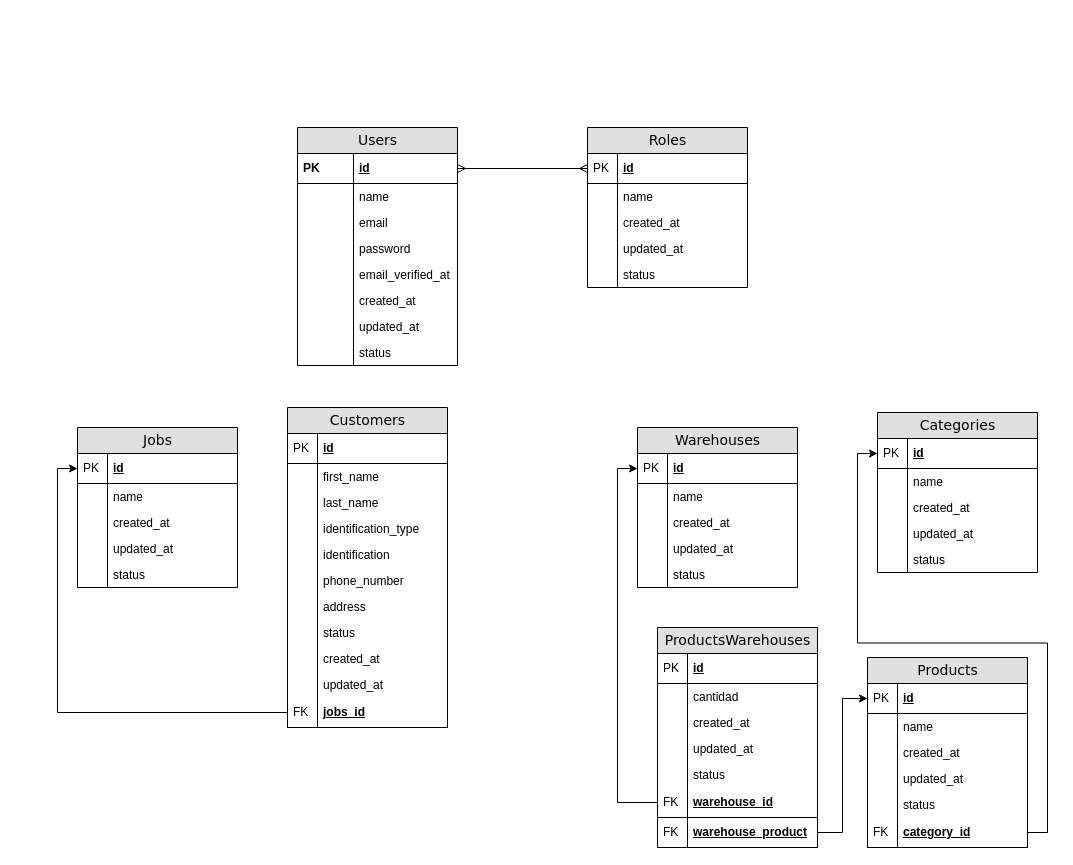
Before: doc/diagrams/relational-diagram.drawio in Santym8/clean-lg, a draw.io diagram. Source tidied: cells renumbered, new cells numbered last; positions are measured from the earlier drawing's top-left corner, leaving out a move shared by most shapes. Both pictures are drawn from the tidied source at 100%, with x=0, y=0 at pixel (77, 127).
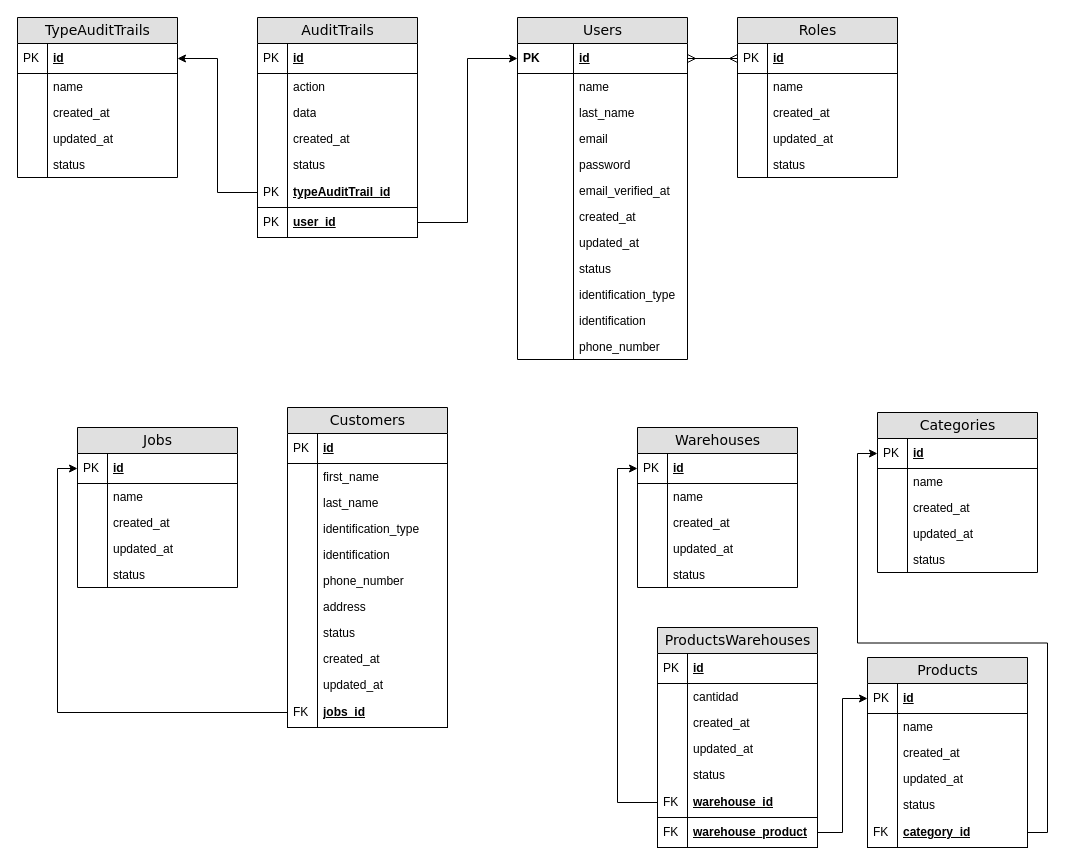
After the change.

Unchanged cells that the change refers to:
```xml
<mxCell id="20" value="id" style="shape=partialRectangle;top=0;left=0;right=0;bottom=1;html=1;align=left;verticalAlign=middle;fillColor=none;spacingLeft=34;spacingRight=4;whiteSpace=wrap;overflow=hidden;points=[[0,0.5],[1,0.5]];portConstraint=eastwest;fontStyle=5;" parent="19" vertex="1">
  <mxGeometry y="26" width="160" height="30" as="geometry" />
</mxCell>
```

The edit, as a diff of the source:
```diff
@@
     <mxCell id="2" value="Users" style="swimlane;html=1;fontStyle=0;horizontal=1;startSize=26;fillColor=#e0e0e0;swimlaneFillColor=#ffffff;align=center;rounded=0;shadow=0;comic=0;labelBackgroundColor=none;strokeWidth=1;fontFamily=Verdana;fontSize=14;" parent="1" vertex="1">
-      <mxGeometry x="220" width="160" height="238" as="geometry" />
+      <mxGeometry x="440" y="-110" width="170" height="342" as="geometry" />
     </mxCell>
     <mxCell id="3" value="id" style="shape=partialRectangle;top=0;left=0;right=0;bottom=1;html=1;align=left;verticalAlign=middle;fillColor=none;spacingLeft=60;spacingRight=4;whiteSpace=wrap;overflow=hidden;points=[[0,0.5],[1,0.5]];portConstraint=eastwest;fontStyle=5;" parent="2" vertex="1">
-      <mxGeometry y="26" width="160" height="30" as="geometry" />
+      <mxGeometry y="26" width="170" height="30" as="geometry" />
     </mxCell>
@@
     <mxCell id="5" value="name" style="shape=partialRectangle;top=0;left=0;right=0;bottom=0;html=1;align=left;verticalAlign=top;fillColor=none;spacingLeft=60;spacingRight=4;whiteSpace=wrap;overflow=hidden;" parent="2" vertex="1">
-      <mxGeometry y="56" width="160" height="26" as="geometry" />
+      <mxGeometry y="56" width="170" height="26" as="geometry" />
     </mxCell>
@@
+    <mxCell id="119" value="last_name" style="shape=partialRectangle;top=0;left=0;right=0;bottom=0;html=1;align=left;verticalAlign=top;fillColor=none;spacingLeft=60;spacingRight=4;whiteSpace=wrap;overflow=hidden;" parent="2" vertex="1">
+      <mxGeometry y="82" width="170" height="26" as="geometry" />
+    </mxCell>
+    <mxCell id="120" style="shape=partialRectangle;top=0;left=0;bottom=0;html=1;fillColor=none;align=left;verticalAlign=top;spacingLeft=4;spacingRight=4;whiteSpace=wrap;overflow=hidden;" parent="119" vertex="1">
+      <mxGeometry width="56" height="26" as="geometry" />
+    </mxCell>
     <mxCell id="7" value="email" style="shape=partialRectangle;top=0;left=0;right=0;bottom=0;html=1;align=left;verticalAlign=top;fillColor=none;spacingLeft=60;spacingRight=4;whiteSpace=wrap;overflow=hidden;" parent="2" vertex="1">
-      <mxGeometry y="82" width="160" height="26" as="geometry" />
+      <mxGeometry y="108" width="170" height="26" as="geometry" />
     </mxCell>
@@
     <mxCell id="9" value="password" style="shape=partialRectangle;top=0;left=0;right=0;bottom=0;html=1;align=left;verticalAlign=top;fillColor=none;spacingLeft=60;spacingRight=4;whiteSpace=wrap;overflow=hidden;" parent="2" vertex="1">
-      <mxGeometry y="108" width="160" height="26" as="geometry" />
+      <mxGeometry y="134" width="170" height="26" as="geometry" />
     </mxCell>
@@
     <mxCell id="11" value="email_verified_at" style="shape=partialRectangle;top=0;left=0;right=0;bottom=0;html=1;align=left;verticalAlign=top;fillColor=none;spacingLeft=60;spacingRight=4;whiteSpace=wrap;overflow=hidden;" parent="2" vertex="1">
-      <mxGeometry y="134" width="160" height="26" as="geometry" />
+      <mxGeometry y="160" width="170" height="26" as="geometry" />
     </mxCell>
@@
     <mxCell id="13" value="created_at" style="shape=partialRectangle;top=0;left=0;right=0;bottom=0;html=1;align=left;verticalAlign=top;fillColor=none;spacingLeft=60;spacingRight=4;whiteSpace=wrap;overflow=hidden;" parent="2" vertex="1">
-      <mxGeometry y="160" width="160" height="26" as="geometry" />
+      <mxGeometry y="186" width="170" height="26" as="geometry" />
     </mxCell>
@@
     <mxCell id="15" value="updated_at" style="shape=partialRectangle;top=0;left=0;right=0;bottom=0;html=1;align=left;verticalAlign=top;fillColor=none;spacingLeft=60;spacingRight=4;whiteSpace=wrap;overflow=hidden;" parent="2" vertex="1">
-      <mxGeometry y="186" width="160" height="26" as="geometry" />
+      <mxGeometry y="212" width="170" height="26" as="geometry" />
     </mxCell>
@@
     <mxCell id="17" value="status" style="shape=partialRectangle;top=0;left=0;right=0;bottom=0;html=1;align=left;verticalAlign=top;fillColor=none;spacingLeft=60;spacingRight=4;whiteSpace=wrap;overflow=hidden;" parent="2" vertex="1">
-      <mxGeometry y="212" width="160" height="26" as="geometry" />
+      <mxGeometry y="238" width="170" height="26" as="geometry" />
     </mxCell>
@@
+    <mxCell id="121" value="identification_type" style="shape=partialRectangle;top=0;left=0;right=0;bottom=0;html=1;align=left;verticalAlign=top;fillColor=none;spacingLeft=60;spacingRight=4;whiteSpace=wrap;overflow=hidden;" parent="2" vertex="1">
+      <mxGeometry y="264" width="170" height="26" as="geometry" />
+    </mxCell>
+    <mxCell id="122" style="shape=partialRectangle;top=0;left=0;bottom=0;html=1;fillColor=none;align=left;verticalAlign=top;spacingLeft=4;spacingRight=4;whiteSpace=wrap;overflow=hidden;" parent="121" vertex="1">
+      <mxGeometry width="56" height="26" as="geometry" />
+    </mxCell>
+    <mxCell id="123" value="identification" style="shape=partialRectangle;top=0;left=0;right=0;bottom=0;html=1;align=left;verticalAlign=top;fillColor=none;spacingLeft=60;spacingRight=4;whiteSpace=wrap;overflow=hidden;" parent="2" vertex="1">
+      <mxGeometry y="290" width="170" height="26" as="geometry" />
+    </mxCell>
+    <mxCell id="124" style="shape=partialRectangle;top=0;left=0;bottom=0;html=1;fillColor=none;align=left;verticalAlign=top;spacingLeft=4;spacingRight=4;whiteSpace=wrap;overflow=hidden;" parent="123" vertex="1">
+      <mxGeometry width="56" height="26" as="geometry" />
+    </mxCell>
+    <mxCell id="125" value="phone_number" style="shape=partialRectangle;top=0;left=0;right=0;bottom=0;html=1;align=left;verticalAlign=top;fillColor=none;spacingLeft=60;spacingRight=4;whiteSpace=wrap;overflow=hidden;" parent="2" vertex="1">
+      <mxGeometry y="316" width="170" height="26" as="geometry" />
+    </mxCell>
+    <mxCell id="126" style="shape=partialRectangle;top=0;left=0;bottom=0;html=1;fillColor=none;align=left;verticalAlign=top;spacingLeft=4;spacingRight=4;whiteSpace=wrap;overflow=hidden;" parent="125" vertex="1">
+      <mxGeometry width="56" height="26" as="geometry" />
+    </mxCell>
     <mxCell id="19" value="Roles" style="swimlane;html=1;fontStyle=0;horizontal=1;startSize=26;fillColor=#e0e0e0;swimlaneFillColor=#ffffff;align=center;rounded=0;shadow=0;comic=0;labelBackgroundColor=none;strokeWidth=1;fontFamily=Verdana;fontSize=14;swimlaneLine=1;" parent="1" vertex="1">
-      <mxGeometry x="510" width="160" height="160" as="geometry" />
+      <mxGeometry x="660" y="-110" width="160" height="160" as="geometry" />
     </mxCell>
@@
-    <mxCell id="30" style="edgeStyle=orthogonalEdgeStyle;html=1;endArrow=ERmany;startArrow=ERmany;labelBackgroundColor=none;fontFamily=Verdana;fontSize=14;entryX=1;entryY=0.5;" parent="1" edge="1" source="20">
-      <mxGeometry relative="1" as="geometry">
-        <mxPoint x="380" y="41" as="targetPoint" />
-      </mxGeometry>
+    <mxCell id="30" style="edgeStyle=orthogonalEdgeStyle;html=1;endArrow=ERmany;startArrow=ERmany;labelBackgroundColor=none;fontFamily=Verdana;fontSize=14;entryX=1;entryY=0.5;entryDx=0;entryDy=0;" parent="1" edge="1" source="20" target="3">
+      <mxGeometry relative="1" as="geometry" />
     </mxCell>
@@
+    <mxCell id="127" value="AuditTrails" style="swimlane;html=1;fontStyle=0;horizontal=1;startSize=26;fillColor=#e0e0e0;swimlaneFillColor=#ffffff;align=center;rounded=0;shadow=0;comic=0;labelBackgroundColor=none;strokeWidth=1;fontFamily=Verdana;fontSize=14;swimlaneLine=1;" parent="1" vertex="1">
+      <mxGeometry x="180" y="-110" width="160" height="220" as="geometry" />
+    </mxCell>
+    <mxCell id="128" value="id" style="shape=partialRectangle;top=0;left=0;right=0;bottom=1;html=1;align=left;verticalAlign=middle;fillColor=none;spacingLeft=34;spacingRight=4;whiteSpace=wrap;overflow=hidden;fontStyle=5;" parent="127" vertex="1">
+      <mxGeometry y="26" width="160" height="30" as="geometry" />
+    </mxCell>
+    <mxCell id="129" value="PK" style="shape=partialRectangle;top=0;left=0;bottom=0;html=1;fillColor=none;align=left;verticalAlign=middle;spacingLeft=4;spacingRight=4;whiteSpace=wrap;overflow=hidden;" parent="128" vertex="1">
+      <mxGeometry width="30" height="30" as="geometry" />
+    </mxCell>
+    <mxCell id="130" value="action" style="shape=partialRectangle;top=0;left=0;right=0;bottom=0;html=1;align=left;verticalAlign=top;fillColor=none;spacingLeft=34;spacingRight=4;whiteSpace=wrap;overflow=hidden;" parent="127" vertex="1">
+      <mxGeometry y="56" width="160" height="26" as="geometry" />
+    </mxCell>
+    <mxCell id="131" style="shape=partialRectangle;top=0;left=0;bottom=0;html=1;fillColor=none;align=left;verticalAlign=top;spacingLeft=4;spacingRight=4;whiteSpace=wrap;overflow=hidden;" parent="130" vertex="1">
+      <mxGeometry width="30" height="26" as="geometry" />
+    </mxCell>
+    <mxCell id="132" value="data" style="shape=partialRectangle;top=0;left=0;right=0;bottom=0;html=1;align=left;verticalAlign=top;fillColor=none;spacingLeft=34;spacingRight=4;whiteSpace=wrap;overflow=hidden;" parent="127" vertex="1">
+      <mxGeometry y="82" width="160" height="26" as="geometry" />
+    </mxCell>
+    <mxCell id="133" style="shape=partialRectangle;top=0;left=0;bottom=0;html=1;fillColor=none;align=left;verticalAlign=top;spacingLeft=4;spacingRight=4;whiteSpace=wrap;overflow=hidden;" parent="132" vertex="1">
+      <mxGeometry width="30" height="26" as="geometry" />
+    </mxCell>
+    <mxCell id="134" value="created_at" style="shape=partialRectangle;top=0;left=0;right=0;bottom=0;html=1;align=left;verticalAlign=top;fillColor=none;spacingLeft=34;spacingRight=4;whiteSpace=wrap;overflow=hidden;" parent="127" vertex="1">
+      <mxGeometry y="108" width="160" height="26" as="geometry" />
+    </mxCell>
+    <mxCell id="135" style="shape=partialRectangle;top=0;left=0;bottom=0;html=1;fillColor=none;align=left;verticalAlign=top;spacingLeft=4;spacingRight=4;whiteSpace=wrap;overflow=hidden;" parent="134" vertex="1">
+      <mxGeometry width="30" height="26" as="geometry" />
+    </mxCell>
+    <mxCell id="136" value="status" style="shape=partialRectangle;top=0;left=0;right=0;bottom=0;html=1;align=left;verticalAlign=top;fillColor=none;spacingLeft=34;spacingRight=4;whiteSpace=wrap;overflow=hidden;" parent="127" vertex="1">
+      <mxGeometry y="134" width="160" height="26" as="geometry" />
+    </mxCell>
+    <mxCell id="137" style="shape=partialRectangle;top=0;left=0;bottom=0;html=1;fillColor=none;align=left;verticalAlign=top;spacingLeft=4;spacingRight=4;whiteSpace=wrap;overflow=hidden;" parent="136" vertex="1">
+      <mxGeometry width="30" height="26" as="geometry" />
+    </mxCell>
+    <mxCell id="138" value="typeAuditTrail_id" style="shape=partialRectangle;top=0;left=0;right=0;bottom=1;html=1;align=left;verticalAlign=middle;fillColor=none;spacingLeft=34;spacingRight=4;whiteSpace=wrap;overflow=hidden;points=[[0,0.5],[1,0.5]];portConstraint=eastwest;fontStyle=5;" parent="127" vertex="1">
+      <mxGeometry y="160" width="160" height="30" as="geometry" />
+    </mxCell>
+    <mxCell id="139" value="PK" style="shape=partialRectangle;top=0;left=0;bottom=0;html=1;fillColor=none;align=left;verticalAlign=middle;spacingLeft=4;spacingRight=4;whiteSpace=wrap;overflow=hidden;" parent="138" vertex="1">
+      <mxGeometry width="30" height="30" as="geometry" />
+    </mxCell>
+    <mxCell id="140" value="user_id" style="shape=partialRectangle;top=0;left=0;right=0;bottom=1;html=1;align=left;verticalAlign=middle;fillColor=none;spacingLeft=34;spacingRight=4;whiteSpace=wrap;overflow=hidden;points=[[0,0.5],[1,0.5]];portConstraint=eastwest;fontStyle=5;" parent="127" vertex="1">
+      <mxGeometry y="190" width="160" height="30" as="geometry" />
+    </mxCell>
+    <mxCell id="141" value="PK" style="shape=partialRectangle;top=0;left=0;bottom=0;html=1;fillColor=none;align=left;verticalAlign=middle;spacingLeft=4;spacingRight=4;whiteSpace=wrap;overflow=hidden;" parent="140" vertex="1">
+      <mxGeometry width="30" height="30" as="geometry" />
+    </mxCell>
+    <mxCell id="142" value="TypeAuditTrails" style="swimlane;html=1;fontStyle=0;horizontal=1;startSize=26;fillColor=#e0e0e0;swimlaneFillColor=#ffffff;align=center;rounded=0;shadow=0;comic=0;labelBackgroundColor=none;strokeWidth=1;fontFamily=Verdana;fontSize=14;swimlaneLine=1;" parent="1" vertex="1">
+      <mxGeometry x="-60" y="-110" width="160" height="160" as="geometry" />
+    </mxCell>
+    <mxCell id="143" value="id" style="shape=partialRectangle;top=0;left=0;right=0;bottom=1;html=1;align=left;verticalAlign=middle;fillColor=none;spacingLeft=34;spacingRight=4;whiteSpace=wrap;overflow=hidden;points=[[0,0.5],[1,0.5]];portConstraint=eastwest;fontStyle=5;" parent="142" vertex="1">
+      <mxGeometry y="26" width="160" height="30" as="geometry" />
+    </mxCell>
+    <mxCell id="144" value="PK" style="shape=partialRectangle;top=0;left=0;bottom=0;html=1;fillColor=none;align=left;verticalAlign=middle;spacingLeft=4;spacingRight=4;whiteSpace=wrap;overflow=hidden;" parent="143" vertex="1">
+      <mxGeometry width="30" height="30" as="geometry" />
+    </mxCell>
+    <mxCell id="145" value="name" style="shape=partialRectangle;top=0;left=0;right=0;bottom=0;html=1;align=left;verticalAlign=top;fillColor=none;spacingLeft=34;spacingRight=4;whiteSpace=wrap;overflow=hidden;" parent="142" vertex="1">
+      <mxGeometry y="56" width="160" height="26" as="geometry" />
+    </mxCell>
+    <mxCell id="146" style="shape=partialRectangle;top=0;left=0;bottom=0;html=1;fillColor=none;align=left;verticalAlign=top;spacingLeft=4;spacingRight=4;whiteSpace=wrap;overflow=hidden;" parent="145" vertex="1">
+      <mxGeometry width="30" height="26" as="geometry" />
+    </mxCell>
+    <mxCell id="147" value="created_at" style="shape=partialRectangle;top=0;left=0;right=0;bottom=0;html=1;align=left;verticalAlign=top;fillColor=none;spacingLeft=34;spacingRight=4;whiteSpace=wrap;overflow=hidden;" parent="142" vertex="1">
+      <mxGeometry y="82" width="160" height="26" as="geometry" />
+    </mxCell>
+    <mxCell id="148" style="shape=partialRectangle;top=0;left=0;bottom=0;html=1;fillColor=none;align=left;verticalAlign=top;spacingLeft=4;spacingRight=4;whiteSpace=wrap;overflow=hidden;" parent="147" vertex="1">
+      <mxGeometry width="30" height="26" as="geometry" />
+    </mxCell>
+    <mxCell id="149" value="updated_at" style="shape=partialRectangle;top=0;left=0;right=0;bottom=0;html=1;align=left;verticalAlign=top;fillColor=none;spacingLeft=34;spacingRight=4;whiteSpace=wrap;overflow=hidden;" parent="142" vertex="1">
+      <mxGeometry y="108" width="160" height="26" as="geometry" />
+    </mxCell>
+    <mxCell id="150" style="shape=partialRectangle;top=0;left=0;bottom=0;html=1;fillColor=none;align=left;verticalAlign=top;spacingLeft=4;spacingRight=4;whiteSpace=wrap;overflow=hidden;" parent="149" vertex="1">
+      <mxGeometry width="30" height="26" as="geometry" />
+    </mxCell>
+    <mxCell id="151" value="status" style="shape=partialRectangle;top=0;left=0;right=0;bottom=0;html=1;align=left;verticalAlign=top;fillColor=none;spacingLeft=34;spacingRight=4;whiteSpace=wrap;overflow=hidden;" parent="142" vertex="1">
+      <mxGeometry y="134" width="160" height="26" as="geometry" />
+    </mxCell>
+    <mxCell id="152" style="shape=partialRectangle;top=0;left=0;bottom=0;html=1;fillColor=none;align=left;verticalAlign=top;spacingLeft=4;spacingRight=4;whiteSpace=wrap;overflow=hidden;" parent="151" vertex="1">
+      <mxGeometry width="30" height="26" as="geometry" />
+    </mxCell>
+    <mxCell id="153" style="edgeStyle=orthogonalEdgeStyle;rounded=0;jettySize=auto;html=1;exitX=0;exitY=0.5;exitDx=0;exitDy=0;entryX=1;entryY=0.5;entryDx=0;entryDy=0;" parent="1" edge="1" source="138" target="143">
+      <mxGeometry relative="1" as="geometry" />
+    </mxCell>
+    <mxCell id="154" style="edgeStyle=orthogonalEdgeStyle;rounded=0;jettySize=auto;html=1;exitX=1;exitY=0.5;exitDx=0;exitDy=0;entryX=0;entryY=0.5;entryDx=0;entryDy=0;" parent="1" edge="1" source="140" target="3">
+      <mxGeometry relative="1" as="geometry" />
+    </mxCell>
```
